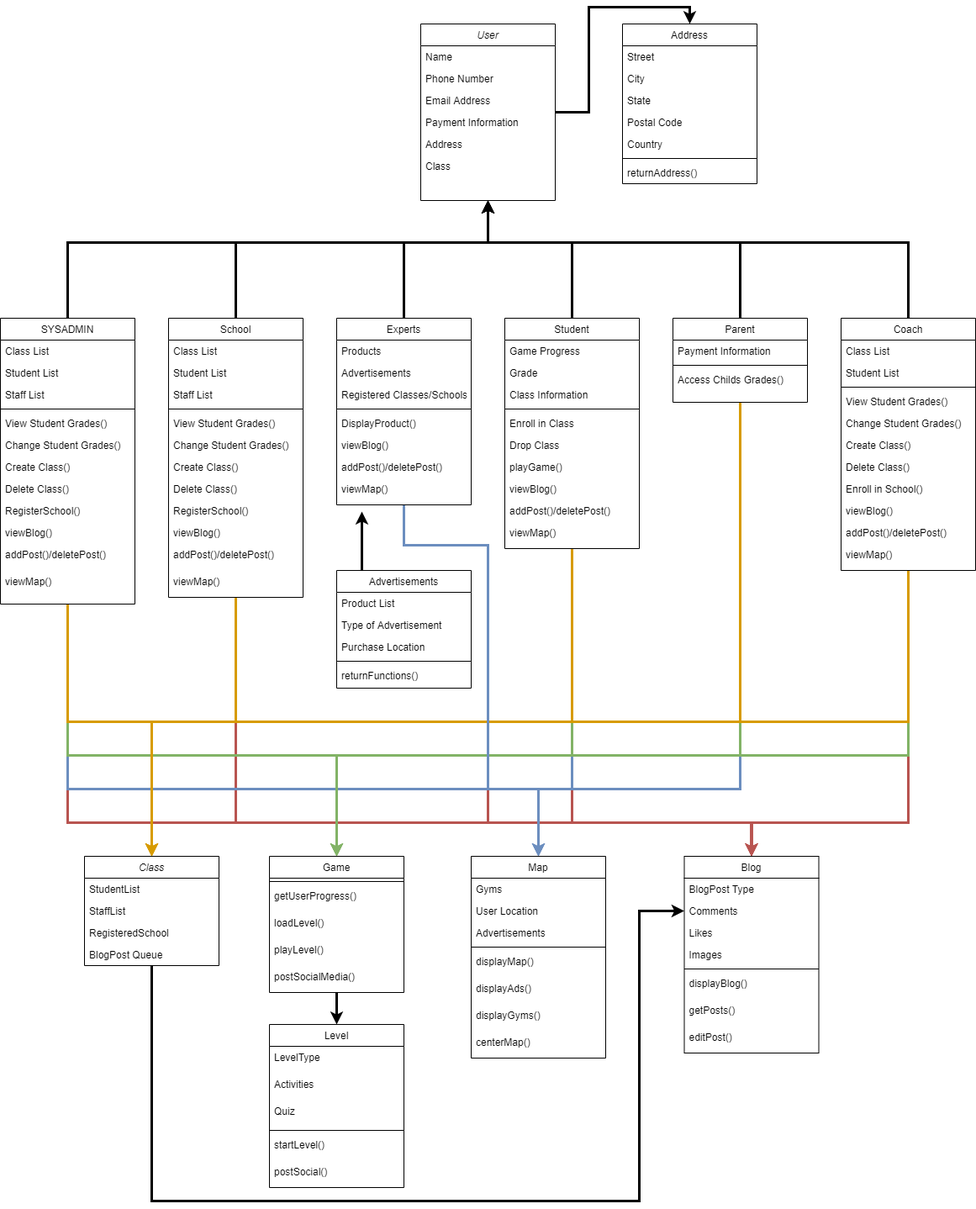
This is Deliverables/Week_4/Class Diagram.png from Hanandrof/Group-3-Repository, a draw.io export, as it was before one commit. Source tidied: cells renumbered, new cells last; positions are measured from the earlier drawing's top-left corner, leaving out a move shared by most shapes.
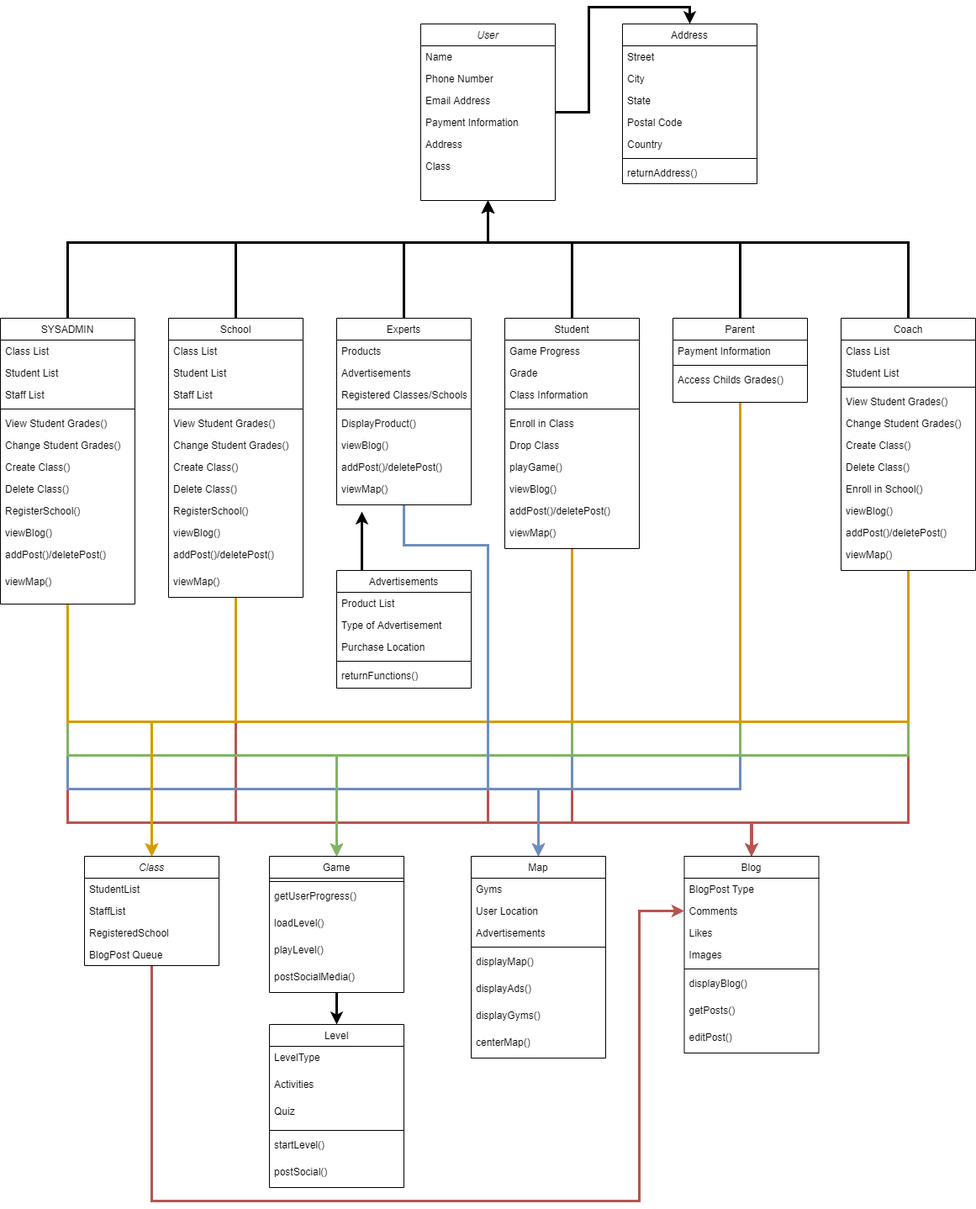
After the commit.

The edit, as a diff of the source:
```diff
@@ -554,7 +554,7 @@
     <mxCell id="142" value="postSocial()" style="text;align=left;verticalAlign=top;spacingLeft=4;spacingRight=4;overflow=hidden;rounded=0;shadow=0;html=0;" parent="136" vertex="1">
       <mxGeometry y="162" width="160" height="32" as="geometry" />
     </mxCell>
-    <mxCell id="143" style="edgeStyle=orthogonalEdgeStyle;rounded=0;jettySize=auto;html=1;entryX=0;entryY=0.5;entryDx=0;entryDy=0;strokeWidth=3;" parent="1" edge="1" source="144" target="113">
+    <mxCell id="143" style="edgeStyle=orthogonalEdgeStyle;rounded=0;jettySize=auto;html=1;entryX=0;entryY=0.5;entryDx=0;entryDy=0;strokeWidth=3;fillColor=#f8cecc;strokeColor=#b85450;" parent="1" edge="1" source="144" target="113">
       <mxGeometry relative="1" as="geometry">
         <Array as="points">
           <mxPoint x="180" y="1400" />
```
